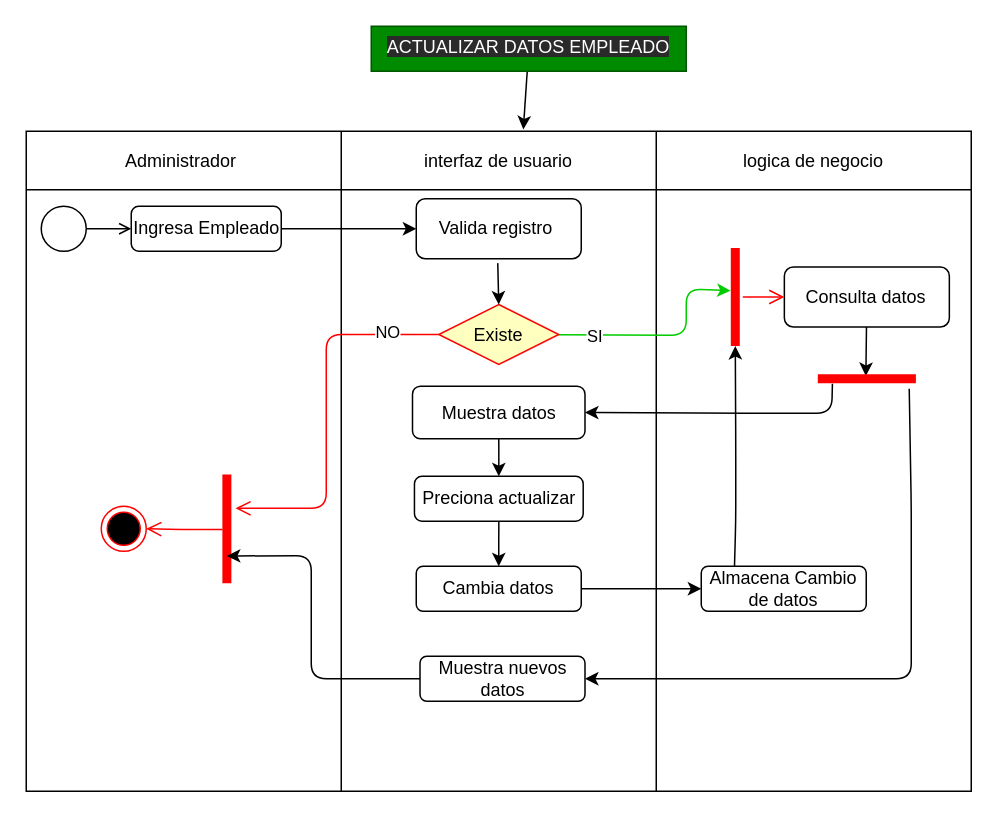
Above: Diagramas_Actividad/DAA.2.3.drawio in DavidArtavia/Activity_Diagram- (draw.io), before the change. Source tidied: cells renumbered, new cells numbered last; positions are measured from the earlier drawing's top-left corner, leaving out a move shared by most shapes. Both pictures are drawn from the tidied source at 150%, with x=0, y=0 at pixel (26, 26).
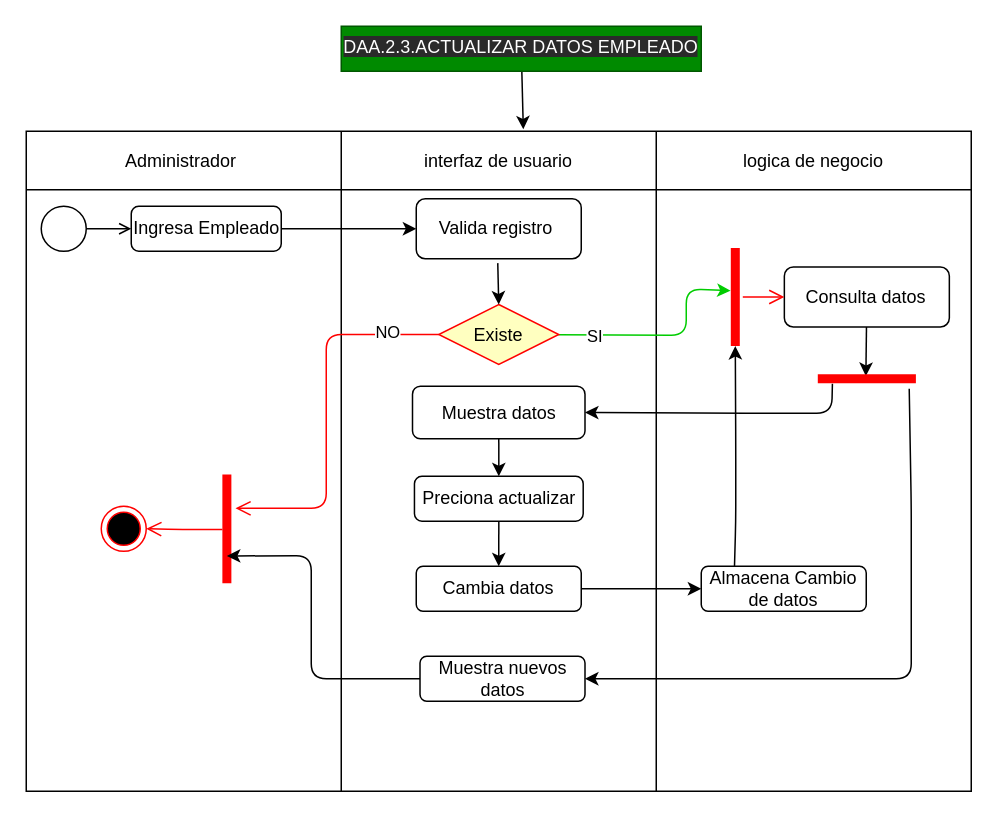
The same page after the edit.

The edit, as a diff of the source:
```diff
@@
-    <mxCell id="28" value="&lt;span style=&quot;color: rgb(255 , 255 , 255) ; font-family: &amp;#34;helvetica&amp;#34; ; font-size: 12px ; font-style: normal ; font-weight: 400 ; letter-spacing: normal ; text-indent: 0px ; text-transform: none ; word-spacing: 0px ; background-color: rgb(42 , 42 , 42) ; display: inline ; float: none&quot;&gt;ACTUALIZAR DATOS EMPLEADO&lt;br&gt;&lt;br&gt;&lt;/span&gt;" style="text;whiteSpace=wrap;html=1;fillColor=#008a00;fontColor=#ffffff;strokeColor=#005700;align=center;" parent="1" vertex="1">
-      <mxGeometry x="230" width="210" height="30" as="geometry" />
+    <mxCell id="28" value="&lt;span style=&quot;color: rgb(255 , 255 , 255) ; font-family: &amp;#34;helvetica&amp;#34; ; font-size: 12px ; font-style: normal ; font-weight: 400 ; letter-spacing: normal ; text-indent: 0px ; text-transform: none ; word-spacing: 0px ; background-color: rgb(42 , 42 , 42) ; display: inline ; float: none&quot;&gt;DAA.2.3.ACTUALIZAR DATOS EMPLEADO&lt;br&gt;&lt;br&gt;&lt;/span&gt;" style="text;whiteSpace=wrap;html=1;fillColor=#008a00;fontColor=#ffffff;strokeColor=#005700;align=center;" parent="1" vertex="1">
+      <mxGeometry x="210" width="240" height="30" as="geometry" />
     </mxCell>
```
